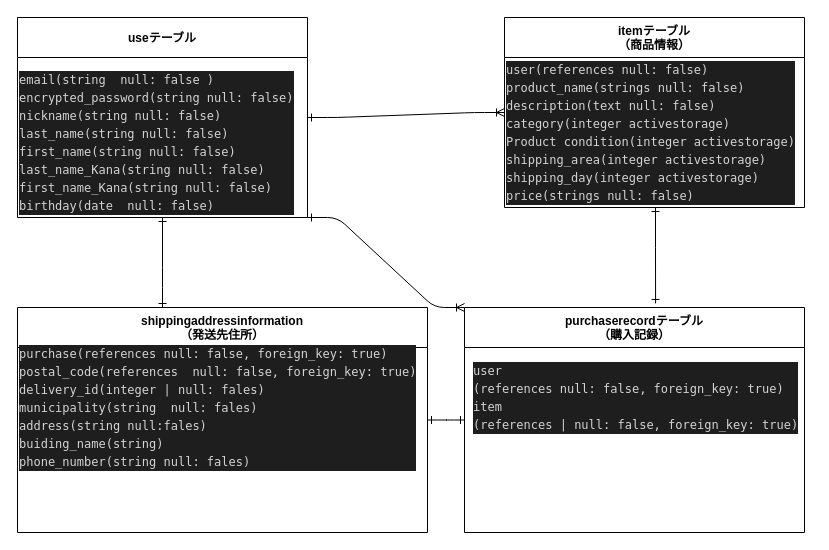
Above: furima.dio in kasatoshi/furima-36066 (draw.io), before the change. Source tidied: cells renumbered, new cells numbered last; positions are measured from the earlier drawing's top-left corner, leaving out a move shared by most shapes. Both pictures are drawn from the tidied source at 100%, with x=0, y=0 at pixel (17, 17).
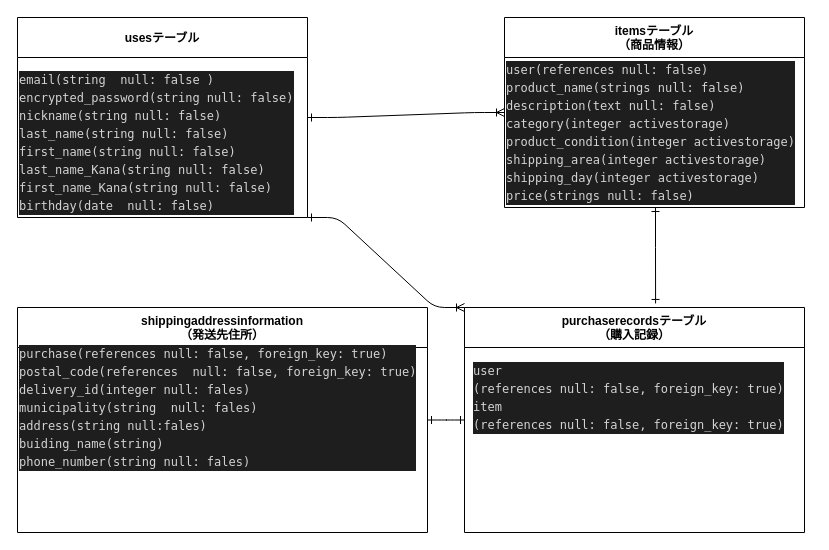
Above is the later version.

Commit message (it also covers changes not shown here):
データベース修正

What changed in the source:
```diff
@@
 <mxGraphModel>
   <root>
     <mxCell id="0" />
     <mxCell id="1" parent="0" />
-    <mxCell id="2" value="useテーブル" style="swimlane;rounded=0;sketch=0;startSize=40;" parent="1" vertex="1">
+    <mxCell id="2" value="usesテーブル" style="swimlane;rounded=0;sketch=0;startSize=40;" parent="1" vertex="1">
       <mxGeometry width="290" height="200" as="geometry" />
     </mxCell>
     <mxCell id="3" value="&lt;div style=&quot;color: rgb(212 , 212 , 212) ; background-color: rgb(30 , 30 , 30) ; font-family: &amp;#34;menlo&amp;#34; , &amp;#34;monaco&amp;#34; , &amp;#34;courier new&amp;#34; , monospace ; line-height: 18px&quot;&gt;&lt;div&gt;email(string&amp;nbsp; null: false )&lt;/div&gt;&lt;div&gt;encrypted_password(string null: false)&lt;/div&gt;&lt;div&gt;nickname(string null: false)&lt;/div&gt;&lt;div&gt;last_name(string null: false)&lt;/div&gt;&lt;div&gt;first_name(string null: false)&lt;/div&gt;&lt;div&gt;last_name_Kana(string null: false)&lt;/div&gt;&lt;div&gt;first_name_Kana(string null: false)&lt;/div&gt;&lt;div&gt;birthday(date&amp;nbsp; null: false)&lt;/div&gt;&lt;/div&gt;" style="text;html=1;align=left;verticalAlign=middle;strokeColor=none;" parent="2" vertex="1">
       <mxGeometry y="50" width="290" height="150" as="geometry" />
     </mxCell>
     <mxCell id="4" style="edgeStyle=orthogonalEdgeStyle;rounded=0;sketch=0;jettySize=auto;html=1;startArrow=ERone;startFill=0;endArrow=ERone;endFill=0;entryX=0.562;entryY=-0.018;entryDx=0;entryDy=0;entryPerimeter=0;" parent="1" edge="1" source="5" target="8">
       <mxGeometry relative="1" as="geometry">
         <Array as="points">
           <mxPoint x="638" y="230" />
           <mxPoint x="638" y="230" />
         </Array>
       </mxGeometry>
     </mxCell>
-    <mxCell id="5" value="itemテーブル&#10;（商品情報）" style="swimlane;rounded=0;sketch=0;startSize=40;" parent="1" vertex="1">
+    <mxCell id="5" value="itemsテーブル&#10;（商品情報）" style="swimlane;rounded=0;sketch=0;startSize=40;" parent="1" vertex="1">
       <mxGeometry x="487" width="300" height="190" as="geometry" />
     </mxCell>
-    <mxCell id="6" value="&lt;div style=&quot;color: rgb(212 , 212 , 212) ; background-color: rgb(30 , 30 , 30) ; font-family: &amp;#34;menlo&amp;#34; , &amp;#34;monaco&amp;#34; , &amp;#34;courier new&amp;#34; , monospace ; line-height: 18px&quot;&gt;&lt;div&gt;user(references null: false)&lt;/div&gt;&lt;div&gt;product_name(strings null: false)&lt;/div&gt;&lt;div&gt;description(text null: false)&lt;/div&gt;&lt;div&gt;category(integer activestorage)&lt;/div&gt;&lt;div&gt;Product condition(integer activestorage)&lt;/div&gt;&lt;div&gt;shipping_area(integer activestorage)&lt;/div&gt;&lt;div&gt;shipping_day(integer activestorage)&lt;/div&gt;&lt;div&gt;price(strings null: false)&lt;/div&gt;&lt;/div&gt;" style="text;html=1;align=left;verticalAlign=middle;strokeColor=none;" parent="5" vertex="1">
+    <mxCell id="6" value="&lt;div style=&quot;color: rgb(212 , 212 , 212) ; background-color: rgb(30 , 30 , 30) ; font-family: &amp;#34;menlo&amp;#34; , &amp;#34;monaco&amp;#34; , &amp;#34;courier new&amp;#34; , monospace ; line-height: 18px&quot;&gt;&lt;div&gt;user(references null: false)&lt;/div&gt;&lt;div&gt;product_name(strings null: false)&lt;/div&gt;&lt;div&gt;description(text null: false)&lt;/div&gt;&lt;div&gt;category(integer activestorage)&lt;/div&gt;&lt;div&gt;product_condition(integer activestorage)&lt;/div&gt;&lt;div&gt;shipping_area(integer activestorage)&lt;/div&gt;&lt;div&gt;shipping_day(integer activestorage)&lt;/div&gt;&lt;div&gt;price(strings null: false)&lt;/div&gt;&lt;/div&gt;" style="text;html=1;align=left;verticalAlign=middle;strokeColor=none;" parent="5" vertex="1">
       <mxGeometry y="40" width="300" height="150" as="geometry" />
     </mxCell>
     <mxCell id="7" style="edgeStyle=orthogonalEdgeStyle;curved=0;rounded=1;sketch=0;jettySize=auto;html=1;entryX=1;entryY=0.5;entryDx=0;entryDy=0;startArrow=ERone;startFill=0;endArrow=ERone;endFill=0;" parent="1" edge="1" source="8" target="11">
       <mxGeometry relative="1" as="geometry" />
     </mxCell>
-    <mxCell id="8" value="purchaserecordテーブル&#10;（購入記録）" style="swimlane;rounded=0;sketch=0;startSize=40;" parent="1" vertex="1">
+    <mxCell id="8" value="purchaserecordsテーブル&#10;（購入記録）" style="swimlane;rounded=0;sketch=0;startSize=40;" parent="1" vertex="1">
       <mxGeometry x="447" y="290" width="340" height="225" as="geometry" />
     </mxCell>
-    <mxCell id="9" value="&lt;div style=&quot;color: rgb(212 , 212 , 212) ; background-color: rgb(30 , 30 , 30) ; font-family: &amp;quot;menlo&amp;quot; , &amp;quot;monaco&amp;quot; , &amp;quot;courier new&amp;quot; , monospace ; line-height: 18px&quot;&gt;&lt;div&gt;user&lt;/div&gt;&lt;div&gt;(references null: false, foreign_key: true)&lt;/div&gt;&lt;div&gt;item&lt;/div&gt;&lt;div&gt;(references | null: false, foreign_key: true)&lt;/div&gt;&lt;/div&gt;" style="text;html=1;align=left;verticalAlign=middle;strokeColor=none;" parent="8" vertex="1">
-      <mxGeometry x="7" y="50" width="340" height="80" as="geometry" />
+    <mxCell id="9" value="&lt;div style=&quot;color: rgb(212 , 212 , 212) ; background-color: rgb(30 , 30 , 30) ; font-family: &amp;#34;menlo&amp;#34; , &amp;#34;monaco&amp;#34; , &amp;#34;courier new&amp;#34; , monospace ; line-height: 18px&quot;&gt;&lt;div&gt;user&lt;/div&gt;&lt;div&gt;(references null: false, foreign_key: true)&lt;/div&gt;&lt;div&gt;item&lt;/div&gt;&lt;div&gt;(references null: false, foreign_key: true)&lt;/div&gt;&lt;/div&gt;" style="text;html=1;align=left;verticalAlign=middle;strokeColor=none;" parent="8" vertex="1">
+      <mxGeometry x="7" y="50" width="330" height="80" as="geometry" />
     </mxCell>
-    <mxCell id="10" style="edgeStyle=orthogonalEdgeStyle;curved=0;rounded=1;sketch=0;jettySize=auto;html=1;entryX=0.5;entryY=1;entryDx=0;entryDy=0;endArrow=ERone;endFill=0;startArrow=ERone;startFill=0;" parent="1" edge="1" source="11" target="2">
-      <mxGeometry relative="1" as="geometry">
-        <Array as="points">
-          <mxPoint x="145" y="260" />
-          <mxPoint x="145" y="260" />
-        </Array>
-      </mxGeometry>
-    </mxCell>
     <mxCell id="11" value="shippingaddressinformation&#10;（発送先住所）" style="swimlane;rounded=0;sketch=0;startSize=40;" parent="1" vertex="1">
       <mxGeometry y="290" width="410" height="225" as="geometry" />
     </mxCell>
-    <mxCell id="12" value="&lt;div style=&quot;background-color: rgb(30 , 30 , 30) ; line-height: 18px&quot;&gt;&lt;div style=&quot;color: rgb(212 , 212 , 212) ; font-family: &amp;#34;menlo&amp;#34; , &amp;#34;monaco&amp;#34; , &amp;#34;courier new&amp;#34; , monospace&quot;&gt;purchase(references null: false, foreign_key: true)&lt;/div&gt;&lt;div style=&quot;color: rgb(212 , 212 , 212) ; font-family: &amp;#34;menlo&amp;#34; , &amp;#34;monaco&amp;#34; , &amp;#34;courier new&amp;#34; , monospace&quot;&gt;postal_code(references&amp;nbsp; null: false, foreign_key: true)&lt;/div&gt;&lt;div style=&quot;color: rgb(212 , 212 , 212) ; font-family: &amp;#34;menlo&amp;#34; , &amp;#34;monaco&amp;#34; , &amp;#34;courier new&amp;#34; , monospace&quot;&gt;delivery_id(integer    | null: fales)&lt;/div&gt;&lt;div style=&quot;color: rgb(212 , 212 , 212) ; font-family: &amp;#34;menlo&amp;#34; , &amp;#34;monaco&amp;#34; , &amp;#34;courier new&amp;#34; , monospace&quot;&gt;municipality(string&amp;nbsp; null: fales)&lt;/div&gt;&lt;div style=&quot;color: rgb(212 , 212 , 212) ; font-family: &amp;#34;menlo&amp;#34; , &amp;#34;monaco&amp;#34; , &amp;#34;courier new&amp;#34; , monospace&quot;&gt;address(string null:fales)&lt;/div&gt;&lt;div style=&quot;color: rgb(212 , 212 , 212) ; font-family: &amp;#34;menlo&amp;#34; , &amp;#34;monaco&amp;#34; , &amp;#34;courier new&amp;#34; , monospace&quot;&gt;buiding_name(string)&lt;/div&gt;&lt;div style=&quot;color: rgb(212 , 212 , 212) ; font-family: &amp;#34;menlo&amp;#34; , &amp;#34;monaco&amp;#34; , &amp;#34;courier new&amp;#34; , monospace&quot;&gt;phone_number(string null: fales)&lt;/div&gt;&lt;/div&gt;" style="text;html=1;align=left;verticalAlign=middle;strokeColor=none;" parent="11" vertex="1">
+    <mxCell id="12" value="&lt;div style=&quot;background-color: rgb(30 , 30 , 30) ; line-height: 18px&quot;&gt;&lt;div style=&quot;color: rgb(212 , 212 , 212) ; font-family: &amp;#34;menlo&amp;#34; , &amp;#34;monaco&amp;#34; , &amp;#34;courier new&amp;#34; , monospace&quot;&gt;purchase(references null: false, foreign_key: true)&lt;/div&gt;&lt;div style=&quot;color: rgb(212 , 212 , 212) ; font-family: &amp;#34;menlo&amp;#34; , &amp;#34;monaco&amp;#34; , &amp;#34;courier new&amp;#34; , monospace&quot;&gt;postal_code(references&amp;nbsp; null: false, foreign_key: true)&lt;/div&gt;&lt;div style=&quot;color: rgb(212 , 212 , 212) ; font-family: &amp;#34;menlo&amp;#34; , &amp;#34;monaco&amp;#34; , &amp;#34;courier new&amp;#34; , monospace&quot;&gt;delivery_id(integer null: fales)&lt;/div&gt;&lt;div style=&quot;color: rgb(212 , 212 , 212) ; font-family: &amp;#34;menlo&amp;#34; , &amp;#34;monaco&amp;#34; , &amp;#34;courier new&amp;#34; , monospace&quot;&gt;municipality(string&amp;nbsp; null: fales)&lt;/div&gt;&lt;div style=&quot;color: rgb(212 , 212 , 212) ; font-family: &amp;#34;menlo&amp;#34; , &amp;#34;monaco&amp;#34; , &amp;#34;courier new&amp;#34; , monospace&quot;&gt;address(string null:fales)&lt;/div&gt;&lt;div style=&quot;color: rgb(212 , 212 , 212) ; font-family: &amp;#34;menlo&amp;#34; , &amp;#34;monaco&amp;#34; , &amp;#34;courier new&amp;#34; , monospace&quot;&gt;buiding_name(string)&lt;/div&gt;&lt;div style=&quot;color: rgb(212 , 212 , 212) ; font-family: &amp;#34;menlo&amp;#34; , &amp;#34;monaco&amp;#34; , &amp;#34;courier new&amp;#34; , monospace&quot;&gt;phone_number(string null: fales)&lt;/div&gt;&lt;/div&gt;" style="text;html=1;align=left;verticalAlign=middle;strokeColor=none;" parent="11" vertex="1">
       <mxGeometry y="35" width="410" height="130" as="geometry" />
     </mxCell>
     <mxCell id="13" style="edgeStyle=entityRelationEdgeStyle;fontSize=12;html=1;endArrow=ERoneToMany;exitX=1;exitY=0.5;exitDx=0;exitDy=0;startArrow=ERone;startFill=0;entryX=0;entryY=0.5;entryDx=0;entryDy=0;" parent="1" edge="1" source="2" target="5">
       <mxGeometry relative="1" as="geometry" />
     </mxCell>
     <mxCell id="14" style="edgeStyle=entityRelationEdgeStyle;fontSize=12;html=1;endArrow=ERoneToMany;startArrow=ERone;exitX=1;exitY=1;exitDx=0;exitDy=0;entryX=0;entryY=0;entryDx=0;entryDy=0;startFill=0;" parent="1" edge="1" source="2" target="8">
       <mxGeometry relative="1" as="geometry" />
     </mxCell>
   </root>
 </mxGraphModel>
```
